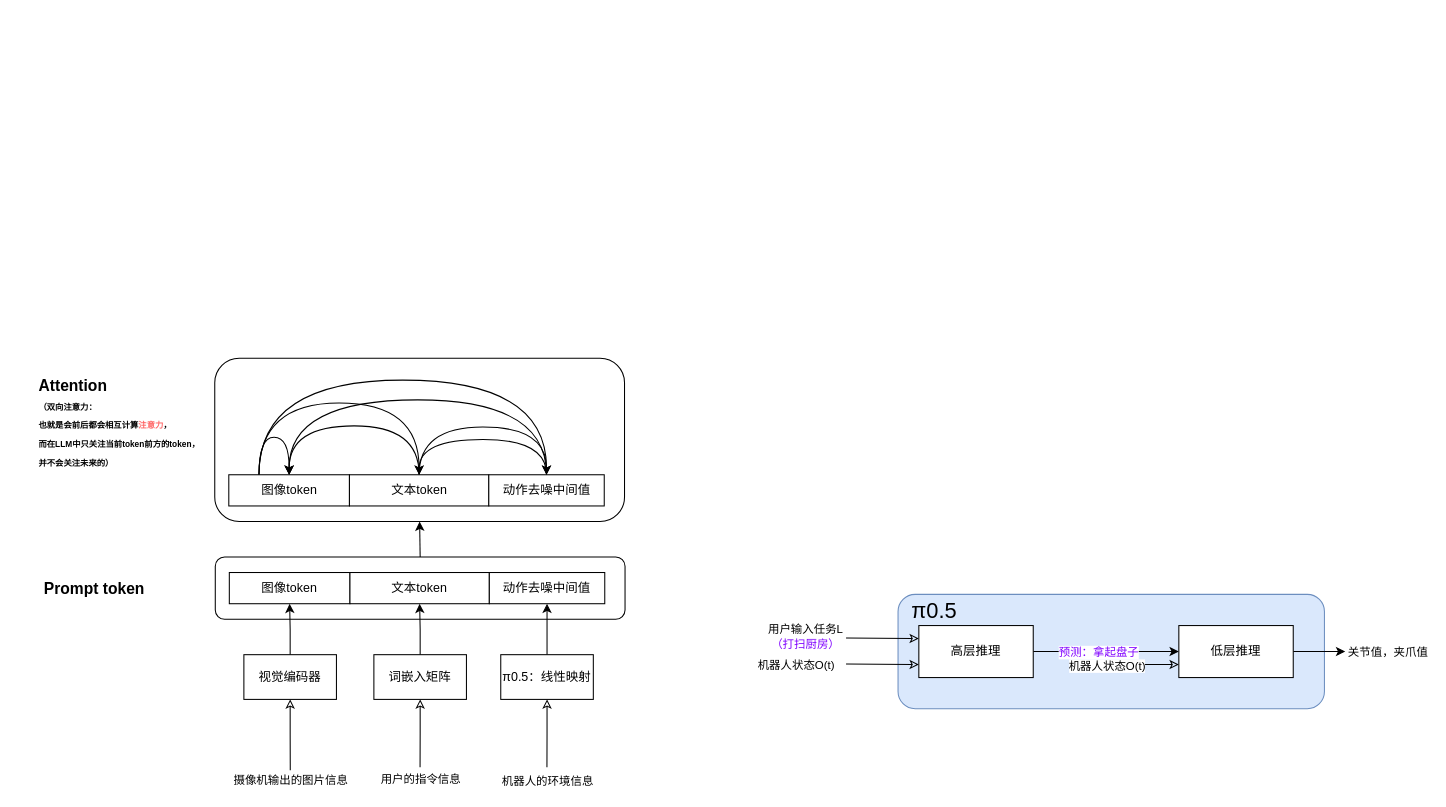
Above: LLM/π0.5-a Vision-Language-Action Model with Open-World Generalization.drawio in mailonghua/drawio (draw.io), before the change. Source tidied: cells renumbered, new cells numbered last; positions are measured from the earlier drawing's top-left corner, leaving out a move shared by most shapes. Both pictures are drawn from the tidied source at 104%, with x=0, y=0 at pixel (36, 358).
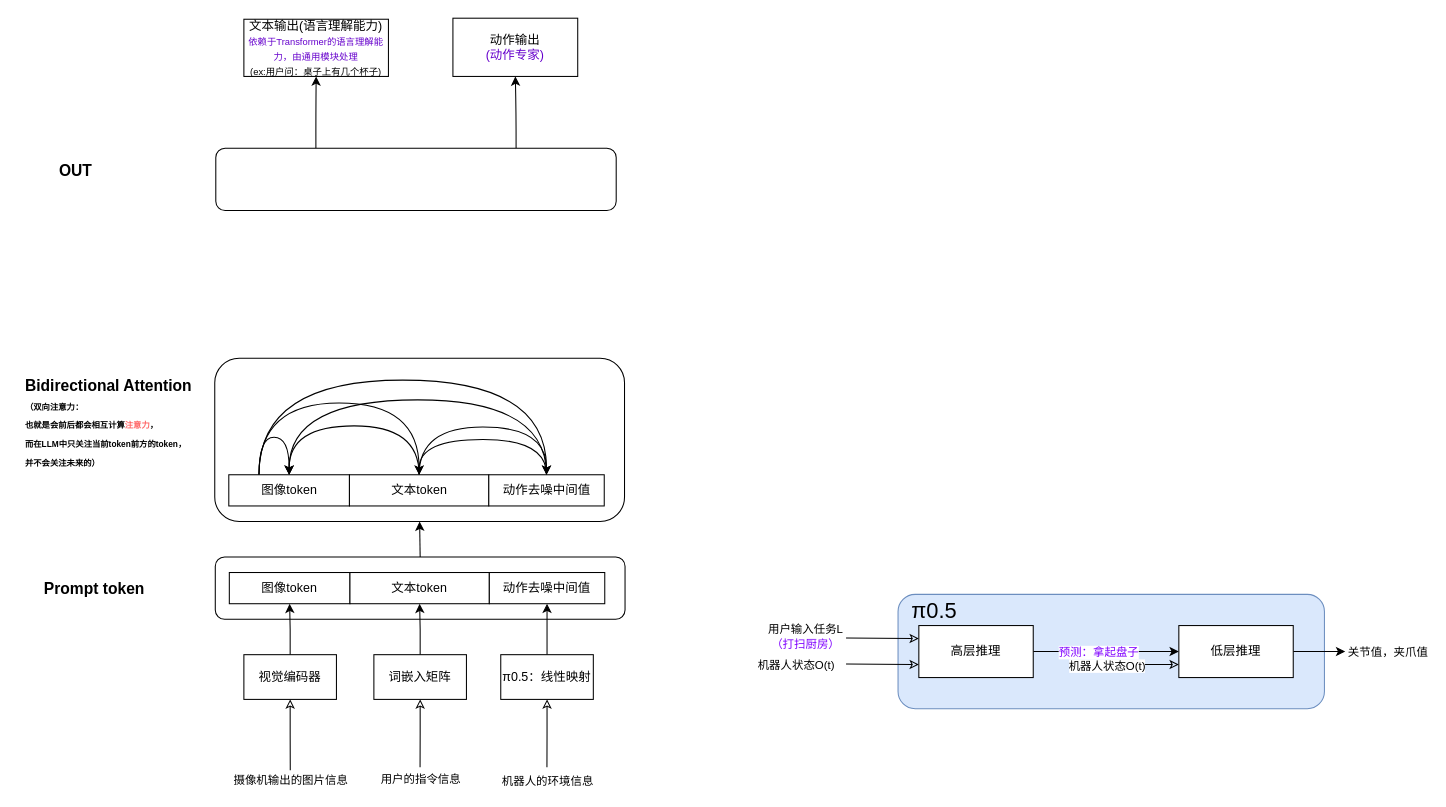
After the change.

Change to the diagram source:
```diff
@@
-    <mxCell id="44" value="Attention&lt;br&gt;&lt;font style=&quot;font-size: 8px;&quot;&gt;（双向注意力：&lt;/font&gt;&lt;div&gt;&lt;font style=&quot;font-size: 8px;&quot;&gt;也就是会前后都会相互计算&lt;font style=&quot;color: rgb(255, 102, 102);&quot;&gt;注意力&lt;/font&gt;，&lt;br&gt;而在LLM中只关注当前token前方的token，&lt;br&gt;并不会关注未来的）&lt;/font&gt;&lt;br&gt;&lt;br&gt;&lt;/div&gt;" style="text;strokeColor=none;align=left;fillColor=none;html=1;verticalAlign=middle;whiteSpace=wrap;rounded=0;fontStyle=1;fontSize=15;" parent="1" vertex="1">
-      <mxGeometry y="30" width="171" height="82" as="geometry" />
+    <mxCell id="44" value="Bidirectional Attention&lt;br&gt;&lt;font style=&quot;font-size: 8px;&quot;&gt;（双向注意力：&lt;/font&gt;&lt;div&gt;&lt;font style=&quot;font-size: 8px;&quot;&gt;也就是会前后都会相互计算&lt;font style=&quot;color: rgb(255, 102, 102);&quot;&gt;注意力&lt;/font&gt;，&lt;br&gt;而在LLM中只关注当前token前方的token，&lt;br&gt;并不会关注未来的）&lt;/font&gt;&lt;br&gt;&lt;br&gt;&lt;/div&gt;" style="text;strokeColor=none;align=left;fillColor=none;html=1;verticalAlign=middle;whiteSpace=wrap;rounded=0;fontStyle=1;fontSize=15;" parent="1" vertex="1">
+      <mxGeometry x="-13" y="30" width="171" height="82" as="geometry" />
     </mxCell>
@@
+    <mxCell id="46" style="edgeStyle=orthogonalEdgeStyle;curved=1;rounded=0;jettySize=auto;html=1;exitX=0.25;exitY=0;exitDx=0;exitDy=0;entryX=0.5;entryY=1;entryDx=0;entryDy=0;" parent="1" edge="1" source="48" target="50">
+      <mxGeometry relative="1" as="geometry" />
+    </mxCell>
+    <mxCell id="47" style="edgeStyle=orthogonalEdgeStyle;curved=1;rounded=0;jettySize=auto;html=1;exitX=0.75;exitY=0;exitDx=0;exitDy=0;entryX=0.5;entryY=1;entryDx=0;entryDy=0;" parent="1" edge="1" source="48" target="51">
+      <mxGeometry relative="1" as="geometry" />
+    </mxCell>
+    <mxCell id="48" style="rounded=1;whiteSpace=wrap;html=1;" parent="1" vertex="1">
+      <mxGeometry x="172" y="-202" width="385" height="60" as="geometry" />
+    </mxCell>
+    <mxCell id="49" value="OUT" style="text;strokeColor=none;align=center;fillColor=none;html=1;verticalAlign=middle;whiteSpace=wrap;rounded=0;fontStyle=1;fontSize=15;" parent="1" vertex="1">
+      <mxGeometry x="-18" y="-196" width="111" height="30" as="geometry" />
+    </mxCell>
+    <mxCell id="50" value="文本输出(语言理解能力)&lt;br&gt;&lt;font style=&quot;font-size: 9px; color: rgb(102, 0, 204);&quot;&gt;依赖于Transformer的语言理解能力，由通用模块处理&lt;/font&gt;&lt;br&gt;&lt;div&gt;&lt;font style=&quot;font-size: 9px;&quot;&gt;(ex:用户问：桌子上有几个杯子)&lt;/font&gt;&lt;/div&gt;" style="rounded=0;whiteSpace=wrap;html=1;" parent="1" vertex="1">
+      <mxGeometry x="199" y="-326" width="139" height="55" as="geometry" />
+    </mxCell>
+    <mxCell id="51" value="动作输出&lt;div&gt;&lt;font style=&quot;color: rgb(102, 0, 204);&quot;&gt;(动作专家)&lt;/font&gt;&lt;/div&gt;" style="rounded=0;whiteSpace=wrap;html=1;" parent="1" vertex="1">
+      <mxGeometry x="400" y="-327" width="120" height="56" as="geometry" />
+    </mxCell>
```
